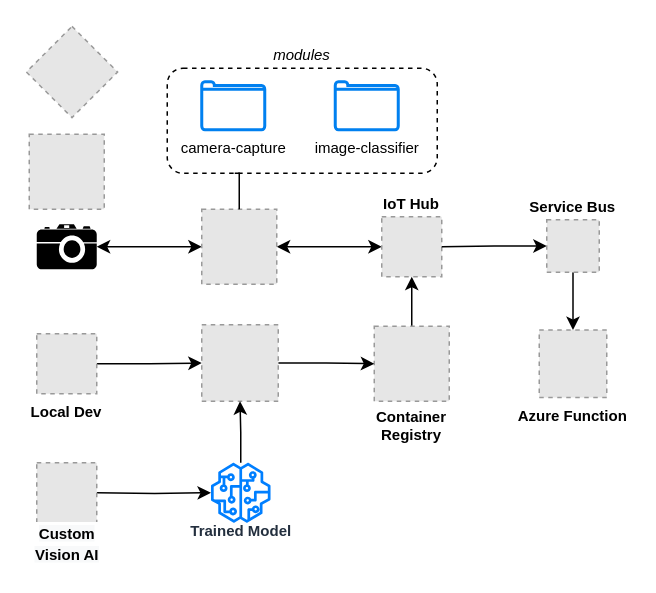
Above: designs/trashe.drawio in t04glovern/azure-iot-trashe (draw.io), before the change. Source tidied: cells renumbered, new cells numbered last; positions are measured from the earlier drawing's top-left corner, leaving out a move shared by most shapes. Both pictures are drawn from the tidied source at 150%, with x=0, y=0 at pixel (28, 39). Pictures stored in the file or linked from it are replaced by grey dashed boxes.
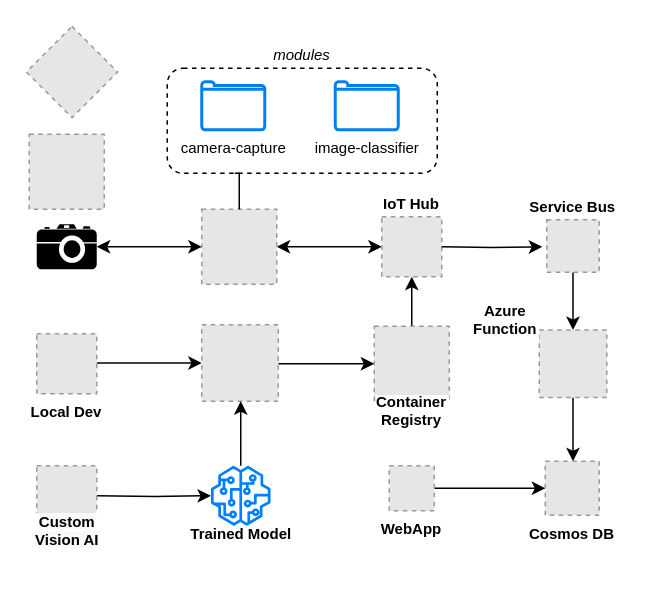
Above is the later version.

Commit message (it also covers changes not shown here):
added webapp and cosmodb setup

The change refers to these unchanged cells:
```xml
<mxCell id="3" value="IoT Hub" style="fillColor=#E6E6E6;strokeColor=#999999;dashed=1;verticalLabelPosition=top;labelBackgroundColor=#ffffff;verticalAlign=bottom;labelPosition=center;align=center;fontSize=10;fontStyle=1;" parent="1" vertex="1">
  <mxGeometry x="235" y="118" width="40" height="40" as="geometry" />
</mxCell>
<mxCell id="12" value="Service Bus" style="fillColor=#E6E6E6;strokeColor=#999999;dashed=1;verticalLabelPosition=top;labelBackgroundColor=#ffffff;verticalAlign=bottom;fontSize=10;fontStyle=1;labelPosition=center;align=center;" parent="1" vertex="1">
  <mxGeometry x="345" y="120" width="35" height="35" as="geometry" />
</mxCell>
<mxCell id="15" value="Local Dev" style="fillColor=#E6E6E6;strokeColor=#999999;dashed=1;verticalLabelPosition=bottom;verticalAlign=top;fontSize=10;fontStyle=1;" parent="1" vertex="1">
  <mxGeometry x="5" y="196" width="40" height="40" as="geometry" />
</mxCell>
<mxCell id="17" style="fillColor=#E6E6E6;strokeColor=#999999;dashed=1;html=1;verticalAlign=top;verticalLabelPosition=bottom;labelBackgroundColor=#ffffff;" parent="1" vertex="1">
  <mxGeometry x="115" y="190" width="51" height="51" as="geometry" />
</mxCell>
```

Change to the diagram source:
```diff
@@
-    <mxCell id="9" value="Container &#10;Registry" style="fillColor=#E6E6E6;strokeColor=#999999;dashed=1;verticalLabelPosition=bottom;labelBackgroundColor=#ffffff;verticalAlign=top;fontSize=10;fontStyle=1;spacing=0;" parent="1" vertex="1">
+    <mxCell id="9" value="Container &#10;Registry" style="fillColor=#E6E6E6;strokeColor=#999999;dashed=1;verticalLabelPosition=bottom;labelBackgroundColor=#ffffff;verticalAlign=top;fontSize=10;fontStyle=1;spacing=-10;" parent="1" vertex="1">
       <mxGeometry x="230" y="191" width="50" height="50" as="geometry" />
     </mxCell>
-    <mxCell id="10" style="edgeStyle=orthogonalEdgeStyle;rounded=0;jettySize=auto;html=1;entryX=1;entryY=0.5;entryDx=0;entryDy=0;startArrow=classic;startFill=1;endArrow=none;endFill=0;" parent="1" edge="1" source="12" target="3">
-      <mxGeometry relative="1" as="geometry" />
+    <mxCell id="10" style="edgeStyle=orthogonalEdgeStyle;rounded=0;jettySize=auto;html=1;entryX=1;entryY=0.5;entryDx=0;entryDy=0;startArrow=classic;startFill=1;endArrow=none;endFill=0;" parent="1" edge="1" target="3">
+      <mxGeometry relative="1" as="geometry">
+        <mxPoint x="342" y="138" as="sourcePoint" />
+      </mxGeometry>
     </mxCell>
@@
     <mxCell id="14" style="edgeStyle=orthogonalEdgeStyle;rounded=0;jettySize=auto;html=1;entryX=0;entryY=0.5;entryDx=0;entryDy=0;startArrow=none;startFill=0;endArrow=classic;endFill=1;" parent="1" edge="1" source="15" target="17">
-      <mxGeometry relative="1" as="geometry" />
+      <mxGeometry relative="1" as="geometry">
+        <Array as="points">
+          <mxPoint x="80" y="216" />
+        </Array>
+      </mxGeometry>
     </mxCell>
@@
-    <mxCell id="16" style="edgeStyle=orthogonalEdgeStyle;rounded=0;jettySize=auto;html=1;entryX=0;entryY=0.5;entryDx=0;entryDy=0;startArrow=none;startFill=0;endArrow=classic;endFill=1;" parent="1" edge="1" source="17" target="9">
-      <mxGeometry relative="1" as="geometry" />
+    <mxCell id="16" style="edgeStyle=orthogonalEdgeStyle;rounded=0;jettySize=auto;html=1;startArrow=none;startFill=0;endArrow=classic;endFill=1;entryX=0;entryY=0.5;entryDx=0;entryDy=0;" parent="1" edge="1" source="17" target="9">
+      <mxGeometry relative="1" as="geometry">
+        <Array as="points">
+          <mxPoint x="198" y="215" />
+        </Array>
+      </mxGeometry>
     </mxCell>
@@
     <mxCell id="18" style="edgeStyle=orthogonalEdgeStyle;rounded=0;jettySize=auto;html=1;startArrow=none;startFill=0;endArrow=classic;endFill=1;fontSize=10;" parent="1" edge="1" target="20">
       <mxGeometry relative="1" as="geometry">
-        <mxPoint x="45" y="302" as="sourcePoint" />
+        <mxPoint x="45" y="304" as="sourcePoint" />
       </mxGeometry>
     </mxCell>
-    <mxCell id="19" style="edgeStyle=orthogonalEdgeStyle;rounded=0;jettySize=auto;html=1;entryX=0.5;entryY=1;entryDx=0;entryDy=0;startArrow=none;startFill=0;endArrow=classic;endFill=1;fontSize=10;" parent="1" edge="1" source="20" target="17">
-      <mxGeometry relative="1" as="geometry" />
+    <mxCell id="19" style="edgeStyle=orthogonalEdgeStyle;rounded=0;jettySize=auto;html=1;startArrow=none;startFill=0;endArrow=classic;endFill=1;fontSize=10;" parent="1" edge="1" source="20">
+      <mxGeometry relative="1" as="geometry">
+        <mxPoint x="141" y="241" as="targetPoint" />
+      </mxGeometry>
     </mxCell>
-    <mxCell id="20" value="&lt;font style=&quot;font-size: 10px;&quot;&gt;&lt;b style=&quot;font-size: 10px;&quot;&gt;Trained Model&lt;/b&gt;&lt;/font&gt;" style="outlineConnect=0;fontColor=#232F3E;gradientColor=none;fillColor=#007FFF;strokeColor=none;dashed=0;verticalLabelPosition=bottom;verticalAlign=top;align=center;html=1;fontSize=10;fontStyle=0;shape=mxgraph.aws4.sagemaker_model;labelPosition=center;spacing=-5;" parent="1" vertex="1">
-      <mxGeometry x="121" y="282" width="40" height="40" as="geometry" />
+    <mxCell id="20" value="&lt;font style=&quot;font-size: 10px;&quot;&gt;&lt;b style=&quot;font-size: 10px;&quot;&gt;Trained Model&lt;/b&gt;&lt;/font&gt;" style="outlineConnect=0;fontColor=#000000;gradientColor=none;fillColor=#007FFF;strokeColor=none;dashed=0;verticalLabelPosition=bottom;verticalAlign=top;align=center;html=1;fontSize=10;fontStyle=0;shape=mxgraph.aws4.sagemaker_model;labelPosition=center;spacing=-5;" parent="1" vertex="1">
+      <mxGeometry x="121" y="284" width="40" height="40" as="geometry" />
     </mxCell>
@@
+    <mxCell id="27" style="edgeStyle=orthogonalEdgeStyle;rounded=0;jettySize=auto;html=1;" parent="1" edge="1" source="25" target="28">
+      <mxGeometry relative="1" as="geometry">
+        <Array as="points">
+          <mxPoint x="362" y="259" />
+          <mxPoint x="362" y="259" />
+        </Array>
+      </mxGeometry>
+    </mxCell>
-    <mxCell id="25" value="Azure Function" style="fillColor=#E6E6E6;strokeColor=#999999;dashed=1;verticalLabelPosition=bottom;labelBackgroundColor=#ffffff;verticalAlign=top;fontSize=10;fontStyle=1;" parent="1" vertex="1">
+    <mxCell id="25" value="Azure&#10;Function" style="fillColor=#E6E6E6;strokeColor=#999999;dashed=1;verticalLabelPosition=top;labelBackgroundColor=#ffffff;verticalAlign=bottom;fontSize=10;fontStyle=1;labelPosition=left;align=center;spacing=-6;" parent="1" vertex="1">
       <mxGeometry x="340" y="193.5" width="45" height="45" as="geometry" />
     </mxCell>
-    <mxCell id="26" value="&lt;span style=&quot;font-size: 10px ; font-weight: 700 ; background-color: rgb(248 , 249 , 250)&quot;&gt;Custom &lt;br&gt;Vision AI&lt;/span&gt;" style="fillColor=#E6E6E6;strokeColor=#999999;dashed=1;html=1;verticalAlign=top;verticalLabelPosition=bottom;labelBackgroundColor=#ffffff;spacing=-5;" parent="1" vertex="1">
-      <mxGeometry x="5" y="282" width="40" height="40" as="geometry" />
+    <mxCell id="26" value="&lt;span style=&quot;font-size: 10px; font-weight: 700; background-color: rgb(248, 249, 250);&quot;&gt;Custom &lt;br style=&quot;font-size: 10px;&quot;&gt;Vision AI&lt;/span&gt;" style="fillColor=#E6E6E6;strokeColor=#999999;dashed=1;html=1;verticalAlign=top;verticalLabelPosition=bottom;labelBackgroundColor=#ffffff;spacing=-13;fontSize=10;" parent="1" vertex="1">
+      <mxGeometry x="5" y="284" width="40" height="40" as="geometry" />
     </mxCell>
+    <mxCell id="28" value="Cosmos DB" style="fillColor=#E6E6E6;strokeColor=#999999;dashed=1;verticalLabelPosition=bottom;labelBackgroundColor=#ffffff;verticalAlign=top;fontStyle=1;fontSize=10;" parent="1" vertex="1">
+      <mxGeometry x="344" y="281" width="36" height="36" as="geometry" />
+    </mxCell>
+    <mxCell id="29" style="edgeStyle=orthogonalEdgeStyle;rounded=0;jettySize=auto;html=1;entryX=0;entryY=0.5;entryDx=0;entryDy=0;fontSize=10;fontColor=#000000;" parent="1" edge="1" source="30" target="28">
+      <mxGeometry relative="1" as="geometry" />
+    </mxCell>
+    <mxCell id="30" value="WebApp" style="fillColor=#E6E6E6;strokeColor=#999999;dashed=1;verticalLabelPosition=bottom;labelBackgroundColor=#ffffff;verticalAlign=top;fontSize=10;fontStyle=1;" parent="1" vertex="1">
+      <mxGeometry x="240" y="284" width="30" height="30" as="geometry" />
+    </mxCell>
```
